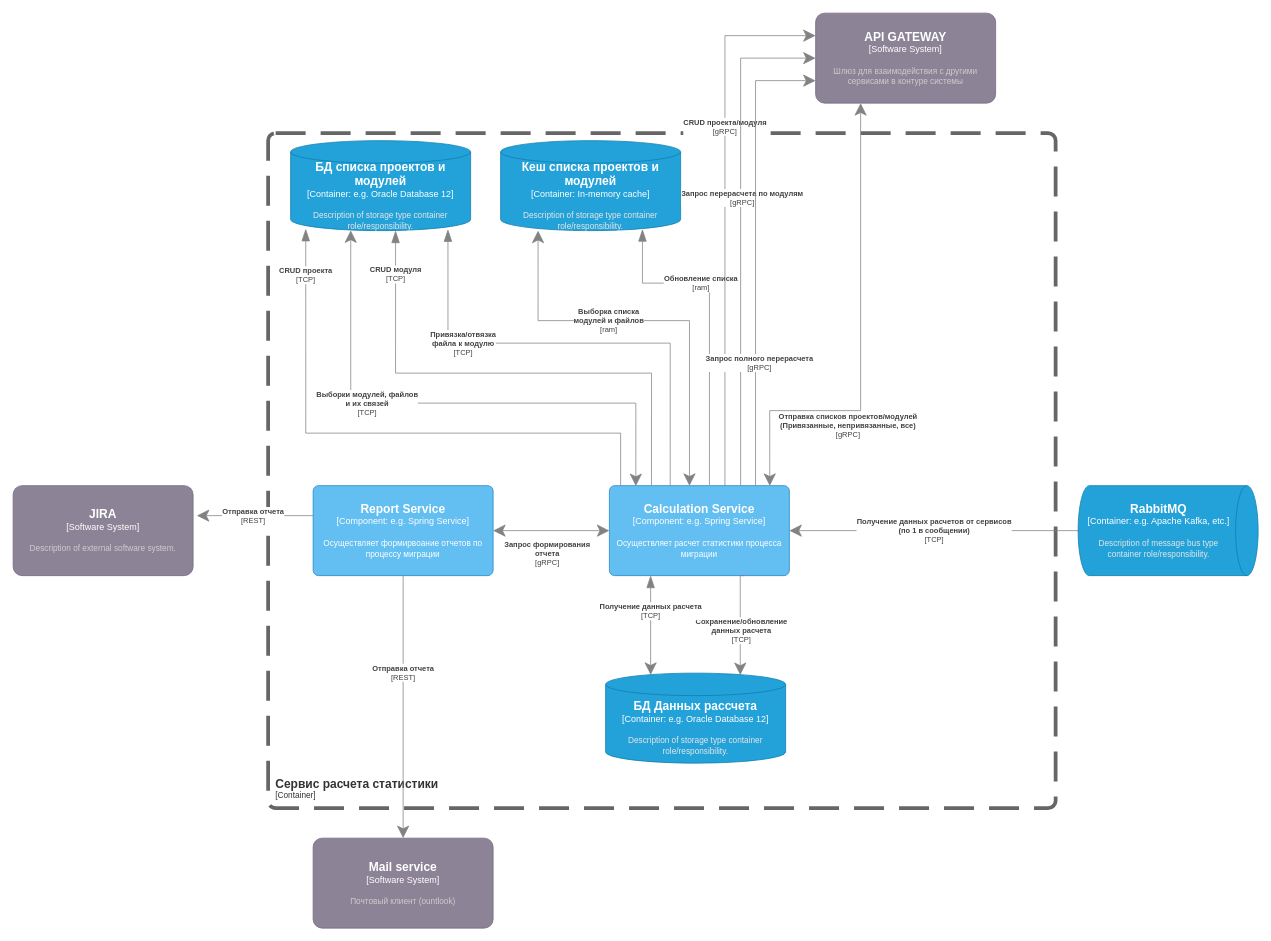
Wraithname/OTUSProject-Docs keeps this draw.io diagram as page "Сергей" (2 of 4) of site/diagrams/src/Rus.drawio. Above is the earlier version. Source tidied: cells renumbered, new cells numbered last; positions are measured from the earlier drawing's top-left corner, leaving out a move shared by most shapes. Both pictures are drawn from the tidied source at 75%, with x=0, y=0 at pixel (13, 13).
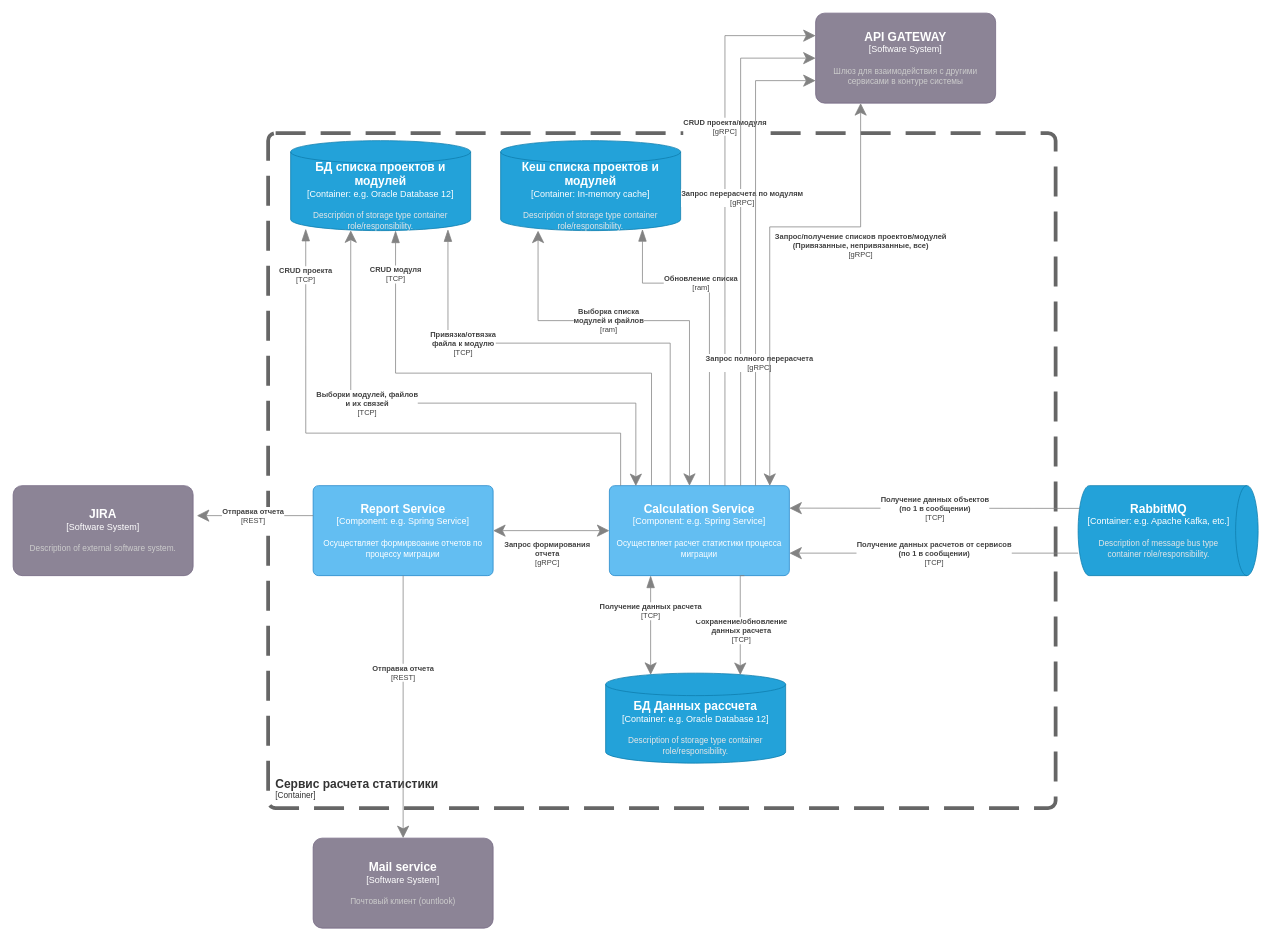
The same diagram, later.

The change refers to these unchanged cells:
```xml
<object id="3" label="&lt;font style=&quot;font-size: 16px&quot;&gt;&lt;b&gt;%c4Name%&lt;/b&gt;&lt;/font&gt;&lt;div&gt;[%c4Type%]&lt;/div&gt;&lt;br&gt;&lt;div&gt;&lt;font style=&quot;font-size: 11px&quot;&gt;&lt;font color=&quot;#cccccc&quot;&gt;%c4Description%&lt;/font&gt;&lt;/div&gt;" c4Description="Шлюз для взаимодействия с другими сервисами в контуре системы" c4Name="API GATEWAY" c4Type="Software System" placeholders="1">
  <mxCell style="rounded=1;whiteSpace=wrap;html=1;labelBackgroundColor=none;fillColor=#8C8496;fontColor=#ffffff;align=center;arcSize=10;strokeColor=#736782;points=[[0.25,0,0],[0.5,0,0],[0.75,0,0],[1,0.25,0],[1,0.5,0],[1,0.75,0],[0.75,1,0],[0.5,1,0],[0.25,1,0],[0,0.75,0],[0,0.5,0],[0,0.25,0]];" parent="1" vertex="1">
    <mxGeometry x="1070" width="240" height="120" as="geometry" />
  </mxCell>
</object>
<object id="4" label="&lt;font style=&quot;font-size: 16px&quot;&gt;&lt;b&gt;%c4Name%&lt;/b&gt;&lt;/font&gt;&lt;div&gt;[%c4Type%:&amp;nbsp;%c4Technology%]&lt;/div&gt;&lt;br&gt;&lt;div&gt;&lt;font style=&quot;font-size: 11px&quot;&gt;&lt;font color=&quot;#E6E6E6&quot;&gt;%c4Description%&lt;/font&gt;&lt;/div&gt;" c4Description="Description of message bus type container role/responsibility." c4Name="RabbitMQ" c4Technology="e.g. Apache Kafka, etc." c4Type="Container" placeholders="1">
  <mxCell style="shape=cylinder3;size=15;direction=south;whiteSpace=wrap;html=1;boundedLbl=1;rounded=0;labelBackgroundColor=none;fillColor=#23A2D9;fontSize=12;fontColor=#ffffff;align=center;strokeColor=#0E7DAD;points=[[0.5,0,0],[1,0.25,0],[1,0.5,0],[1,0.75,0],[0.5,1,0],[0,0.75,0],[0,0.5,0],[0,0.25,0]];" parent="1" vertex="1">
    <mxGeometry x="1420" y="630" width="240" height="120" as="geometry" />
  </mxCell>
</object>
<object id="5" label="&lt;font style=&quot;font-size: 16px&quot;&gt;&lt;b&gt;%c4Name%&lt;/b&gt;&lt;/font&gt;&lt;div&gt;[%c4Type%: %c4Technology%]&lt;/div&gt;&lt;br&gt;&lt;div&gt;&lt;font style=&quot;font-size: 11px&quot;&gt;%c4Description%&lt;/font&gt;&lt;/div&gt;" c4Description="Осуществляет расчет статистики процесса миграции" c4Name="Calculation Service" c4Technology="e.g. Spring Service" c4Type="Component" placeholders="1">
  <mxCell style="rounded=1;whiteSpace=wrap;html=1;labelBackgroundColor=none;fillColor=#63BEF2;fontColor=#ffffff;align=center;arcSize=6;strokeColor=#2086C9;points=[[0.25,0,0],[0.5,0,0],[0.75,0,0],[1,0.25,0],[1,0.5,0],[1,0.75,0],[0.75,1,0],[0.5,1,0],[0.25,1,0],[0,0.75,0],[0,0.5,0],[0,0.25,0]];" parent="1" vertex="1">
    <mxGeometry x="795" y="630" width="240" height="120" as="geometry" />
  </mxCell>
</object>
```

Diff of the diagram source:
```diff
@@
     <object id="9" label="&lt;div style=&quot;text-align: left&quot;&gt;&lt;div style=&quot;text-align: center&quot;&gt;&lt;b&gt;%c4Description%&lt;/b&gt;&lt;/div&gt;&lt;div style=&quot;text-align: center&quot;&gt;[%c4Technology%]&lt;/div&gt;&lt;/div&gt;" c4Description="Получение данных расчетов от сервисов&#10;(по 1 в сообщении)" c4Technology="TCP" placeholders="1">
-      <mxCell style="endArrow=none;html=1;fontSize=10;fontColor=#404040;strokeWidth=1;endFill=1;strokeColor=#828282;elbow=vertical;endSize=14;startSize=14;jumpStyle=arc;jumpSize=16;rounded=0;edgeStyle=orthogonalEdgeStyle;startArrow=classic;startFill=1;exitX=1;exitY=0.5;exitDx=0;exitDy=0;exitPerimeter=0;entryX=0.5;entryY=1;entryDx=0;entryDy=0;entryPerimeter=0;" parent="1" edge="1" source="5" target="4">
+      <mxCell style="endArrow=none;html=1;fontSize=10;fontColor=#404040;strokeWidth=1;endFill=1;strokeColor=#828282;elbow=vertical;endSize=14;startSize=14;jumpStyle=arc;jumpSize=16;rounded=0;edgeStyle=orthogonalEdgeStyle;startArrow=classic;startFill=1;exitX=1;exitY=0.75;exitDx=0;exitDy=0;exitPerimeter=0;entryX=0.758;entryY=0.996;entryDx=0;entryDy=0;entryPerimeter=0;" parent="1" edge="1" source="5" target="4">
         <mxGeometry relative="1" as="geometry">
           <Array as="points">
-            <mxPoint x="1330" y="690" />
-            <mxPoint x="1330" y="690" />
+            <mxPoint x="1420" y="720" />
           </Array>
         </mxGeometry>
       </mxCell>
     </object>
@@
-    <object id="25" label="&lt;div style=&quot;text-align: left&quot;&gt;&lt;div style=&quot;text-align: center&quot;&gt;&lt;b&gt;%c4Description%&lt;/b&gt;&lt;/div&gt;&lt;div style=&quot;text-align: center&quot;&gt;[%c4Technology%]&lt;/div&gt;&lt;/div&gt;" c4Description="Отправка списков проектов/модулей&#10;(Привязанные, непривязанные, все) " c4Technology="gRPC" placeholders="1">
+    <object id="25" label="&lt;div style=&quot;text-align: left&quot;&gt;&lt;div style=&quot;text-align: center&quot;&gt;&lt;b&gt;%c4Description%&lt;/b&gt;&lt;/div&gt;&lt;div style=&quot;text-align: center&quot;&gt;[%c4Technology%]&lt;/div&gt;&lt;/div&gt;" c4Description="Запрос/получение списков проектов/модулей&#10;(Привязанные, непривязанные, все) " c4Technology="gRPC" placeholders="1">
       <mxCell style="endArrow=classic;html=1;fontSize=10;fontColor=#404040;strokeWidth=1;endFill=1;strokeColor=#828282;elbow=vertical;endSize=14;startSize=14;jumpStyle=arc;jumpSize=16;rounded=0;edgeStyle=orthogonalEdgeStyle;startArrow=classic;startFill=1;exitX=0.891;exitY=0.003;exitDx=0;exitDy=0;exitPerimeter=0;entryX=0.25;entryY=1;entryDx=0;entryDy=0;entryPerimeter=0;" parent="1" edge="1" source="5" target="3">
-        <mxGeometry x="-0.35" y="-20" relative="1" as="geometry">
+        <mxGeometry x="0.48" y="-24" relative="1" as="geometry">
           <Array as="points">
-            <mxPoint x="1009" y="530" />
-            <mxPoint x="1130" y="530" />
+            <mxPoint x="1009" y="285" />
+            <mxPoint x="1130" y="285" />
           </Array>
+          <mxPoint x="-24" y="24" as="offset" />
         </mxGeometry>
       </mxCell>
     </object>
@@
+    <object id="28" label="&lt;div style=&quot;text-align: left&quot;&gt;&lt;div style=&quot;text-align: center&quot;&gt;&lt;b&gt;%c4Description%&lt;/b&gt;&lt;/div&gt;&lt;div style=&quot;text-align: center&quot;&gt;[%c4Technology%]&lt;/div&gt;&lt;/div&gt;" c4Description="Получение данных объектов&#10;(по 1 в сообщении)" c4Technology="TCP" placeholders="1">
+      <mxCell style="endArrow=none;html=1;fontSize=10;fontColor=#404040;strokeWidth=1;endFill=1;strokeColor=#828282;elbow=vertical;endSize=14;startSize=14;jumpStyle=arc;jumpSize=16;rounded=0;edgeStyle=orthogonalEdgeStyle;startArrow=classic;startFill=1;entryX=0.253;entryY=0.99;entryDx=0;entryDy=0;entryPerimeter=0;exitX=1;exitY=0.25;exitDx=0;exitDy=0;exitPerimeter=0;" parent="1" edge="1" source="5" target="4">
+        <mxGeometry relative="1" as="geometry">
+          <Array as="points">
+            <mxPoint x="1420" y="660" />
+          </Array>
+        </mxGeometry>
+      </mxCell>
+    </object>
```
